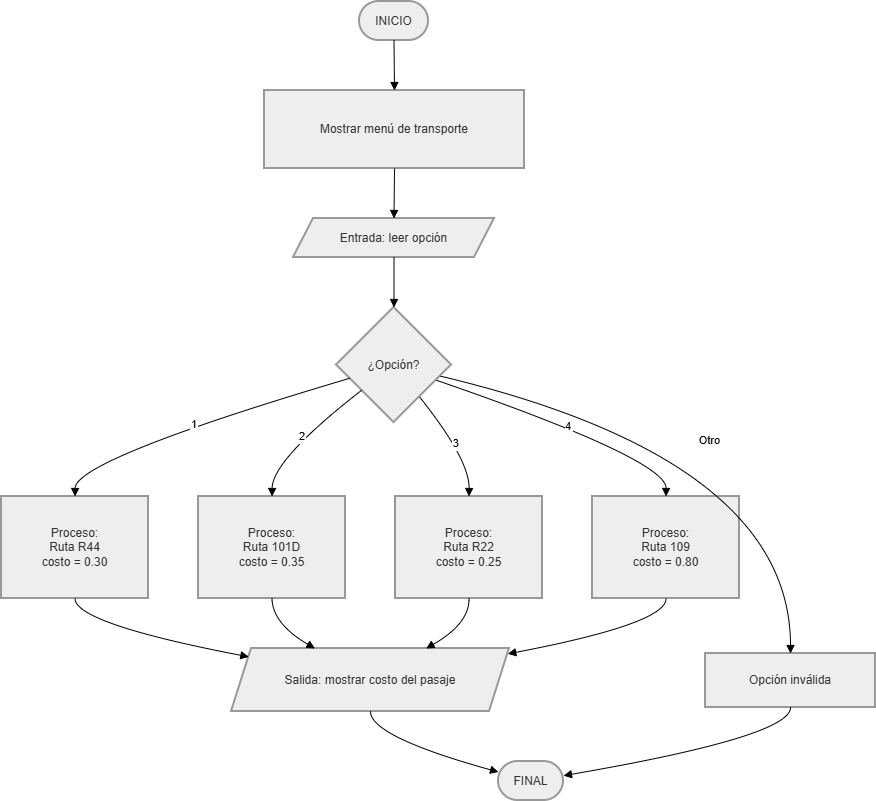
Before: transportepublic.drawio.png, a diagram exported from draw.io (idayariss-commits/Repositorio1). Source tidied: cells renumbered, new cells last; positions are measured from the earlier drawing's top-left corner, leaving out a move shared by most shapes.
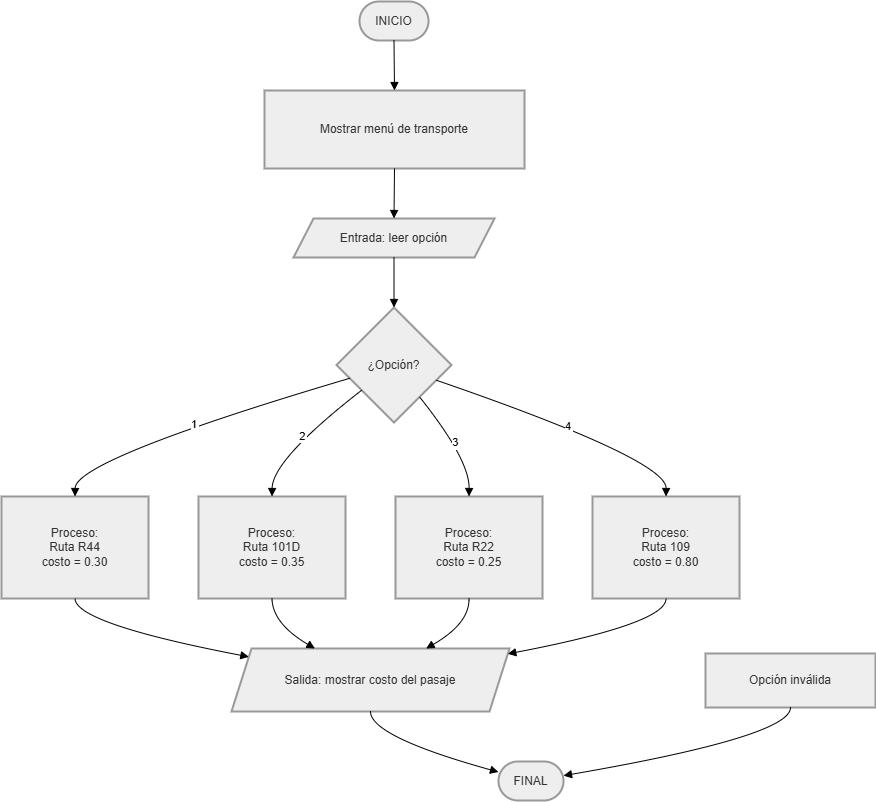
After the change.

What changed in the source:
```diff
@@ -72,13 +72,6 @@
         </Array>
       </mxGeometry>
     </mxCell>
-    <mxCell id="20" value="Otro" style="curved=1;startArrow=none;endArrow=block;exitX=1;exitY=0.62;entryX=0.5;entryY=0;rounded=0;" parent="1" edge="1" source="5" target="10">
-      <mxGeometry relative="1" as="geometry">
-        <Array as="points">
-          <mxPoint x="789" y="458" />
-        </Array>
-      </mxGeometry>
-    </mxCell>
     <mxCell id="21" style="curved=1;startArrow=none;endArrow=block;exitX=0.5;exitY=1;entryX=0;entryY=0.08;rounded=0;" parent="1" edge="1" source="6" target="11">
       <mxGeometry relative="1" as="geometry">
         <Array as="points">
```
